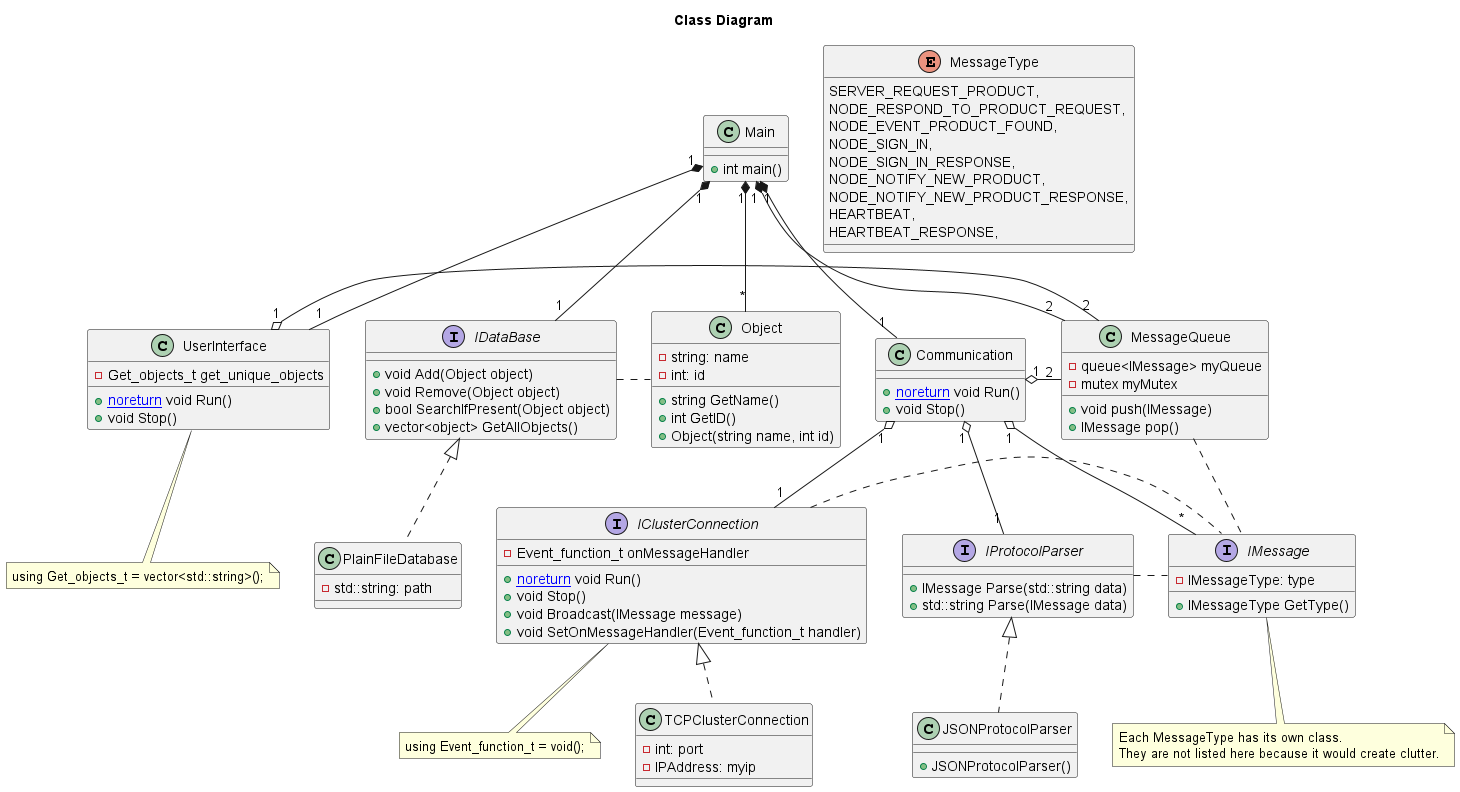
Above: Designs/Server Design/ClassDiagram.png in T3-FindIt/FindIt (PlantUML), before the change.
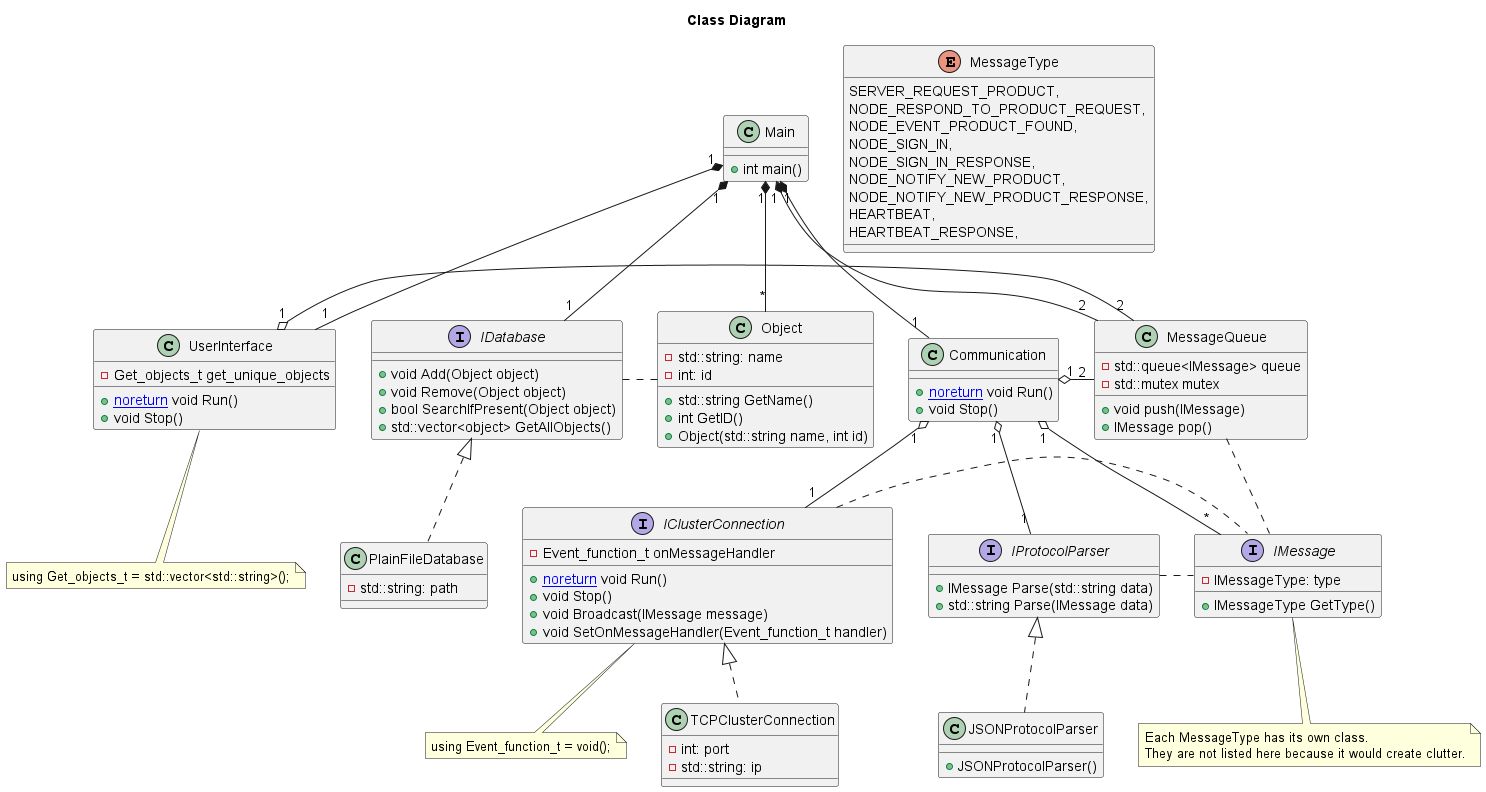
After the commit.

What changed in the source:
```diff
@@ -23,15 +23,15 @@
 class TCPClusterConnection
 {
     {field} - int: port
-    {field} - IPAddress: myip
+    {field} - std::string: ip
 }
 
-interface IDataBase
+interface IDatabase
 {
     {method} + void Add(Object object)
     {method} + void Remove(Object object)
     {method} + bool SearchIfPresent(Object object)
-    {method} + vector<object> GetAllObjects()
+    {method} + std::vector<object> GetAllObjects()
 }
 
 Class PlainFileDatabase
@@ -41,11 +41,11 @@
 
 Class Object
 {
-    {field} - string: name
+    {field} - std::string: name
     {field} - int: id
-    {method} + string GetName()
+    {method} + std::string GetName()
     {method} + int GetID()
-    {method} + Object(string name, int id)
+    {method} + Object(std::string name, int id)
 }
 
 enum MessageType
@@ -91,7 +91,7 @@
 }
 
 note bottom of UserInterface
-using Get_objects_t = vector<std::string>();
+using Get_objects_t = std::vector<std::string>();
 end note
 
 Class Main
@@ -101,15 +101,15 @@
 
 Class MessageQueue
 {
-    {field} - queue<IMessage> myQueue
-    {field} - mutex myMutex
+    {field} - std::queue<IMessage> queue
+    {field} - std::mutex mutex
     {method} + void push(IMessage)
     {method} + IMessage pop()
 }
 
 Main "1" *-- "1" UserInterface
 Main "1" *-- "*" Object
-Main "1" *-- "1" IDataBase
+Main "1" *-- "1" IDatabase
 Main "1" *-- "1" Communication
 Main "1" *-- "2" MessageQueue
 
@@ -123,8 +123,8 @@
 IClusterConnection <|.. TCPClusterConnection
 IClusterConnection . IMessage
 
-IDataBase . Object
-IDataBase <|.. PlainFileDatabase
+IDatabase . Object
+IDatabase <|.. PlainFileDatabase
 
 MessageQueue . IMessage
 
```
